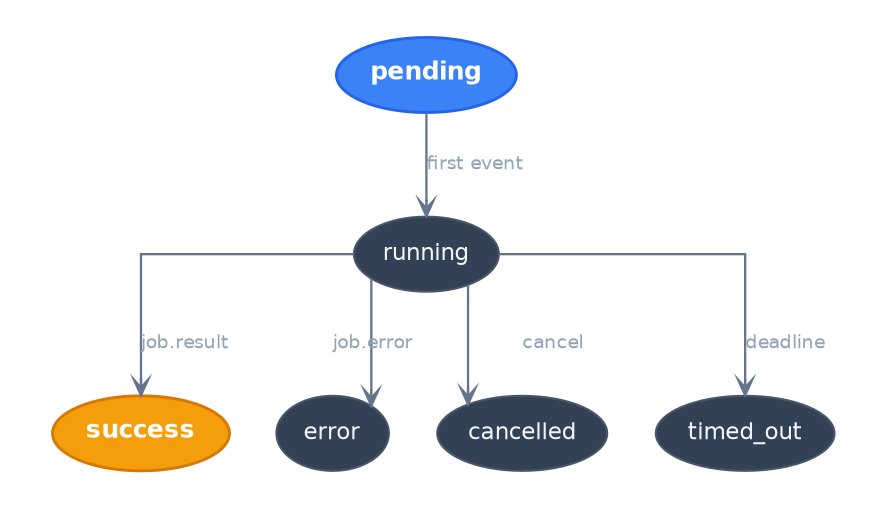
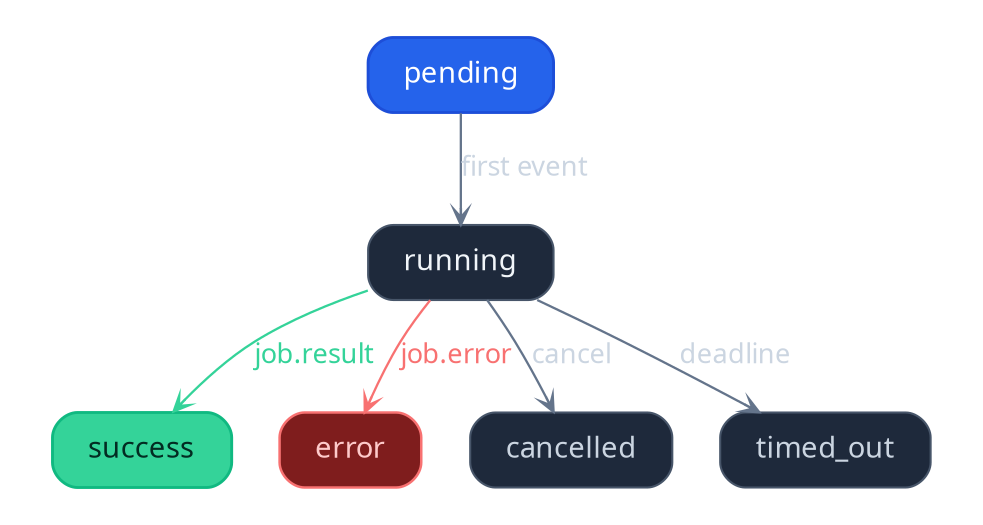
// ARCP job lifecycle FSM (dark)
+ // Style harmonized with the PlantUML sequence diagrams: TT Commons Pro
+ // Trial for all text, shared color palette.
digraph JobLifecycle {
-   rankdir=TB; bgcolor="transparent"; compound=true; fontname="Helvetica";
-   splines=ortho; nodesep=0.32; ranksep=0.55; pad="0.35,0.25";
+   rankdir=TB; bgcolor="transparent"; compound=true;
+   fontname="TT Commons Pro Trial";
+   splines=spline; nodesep=0.32; ranksep=0.55; pad="0.35,0.25";

-   node [shape=ellipse, style="filled", fillcolor="#334155", color="#475569",
-         fontname="Helvetica", fontsize=11, fontcolor="#F1F5F9", penwidth=1.0];
-   edge [fontname="Helvetica", fontsize=9, fontcolor="#94A3B8", color="#64748B",
-         penwidth=1.1, arrowsize=0.75, arrowhead=vee];
+   node [shape=box, style="rounded,filled", fillcolor="#1E293B", color="#475569",
+         fontname="TT Commons Pro Trial", fontsize=14, fontcolor="#F1F5F9",
+         margin="0.24,0.13", penwidth=1.0];
+   edge [fontname="TT Commons Pro Trial", fontsize=13, fontcolor="#CBD5E1",
+         color="#64748B", penwidth=1.1, arrowsize=0.75, arrowhead=vee];

-   Pending [label=<<FONT POINT-SIZE="12"><B>pending</B></FONT>>,
-            fillcolor="#3B82F6", color="#2563EB", fontcolor="white", penwidth=1.4];
+   // Initial state — client palette
+   Pending [label="pending",
+            fillcolor="#2563EB", color="#1D4ED8", fontcolor="white", penwidth=1.4];
+ 
+   // Active state — neutral
  Running [label="running"];

-   Success   [label=<<FONT POINT-SIZE="12"><B>success</B></FONT>>,
-              fillcolor="#F59E0B", color="#D97706", fontcolor="white", penwidth=1.4];
-   Error     [label="error"];
-   Cancelled [label="cancelled"];
-   TimedOut  [label="timed_out"];
+   // Terminal states — color-coded by outcome (success/error/cancel/timeout)
+   Success   [label="success",
+              fillcolor="#34D399", color="#10B981", fontcolor="#022C22", penwidth=1.4];
+   Error     [label="error",
+              fillcolor="#7F1D1D", color="#F87171", fontcolor="#FECACA", penwidth=1.2];
+   Cancelled [label="cancelled",
+              fillcolor="#1E293B", color="#475569", fontcolor="#CBD5E1"];
+   TimedOut  [label="timed_out",
+              fillcolor="#1E293B", color="#475569", fontcolor="#CBD5E1"];

  Pending -> Running [label="first event"];

-   Running -> Success   [label="job.result"];
-   Running -> Error     [label="job.error"];
+   Running -> Success   [label="job.result",   color="#34D399", fontcolor="#34D399"];
+   Running -> Error     [label="job.error",    color="#F87171", fontcolor="#F87171"];
  Running -> Cancelled [label="cancel"];
  Running -> TimedOut  [label="deadline"];

  { rank=same; Success; Error; Cancelled; TimedOut; }
}
